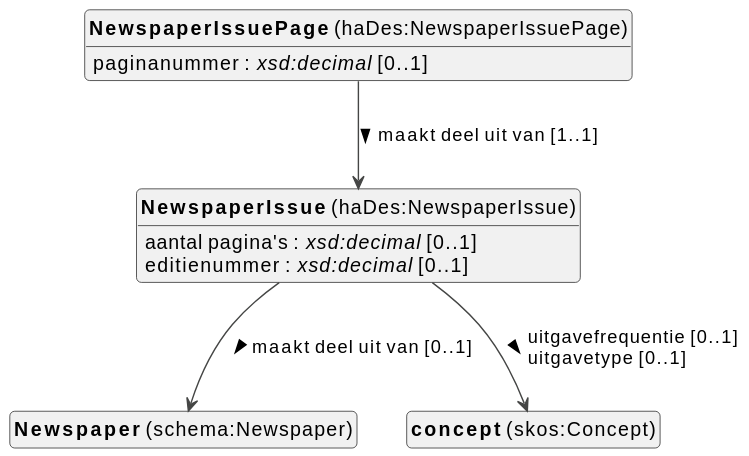
Above: docs/metadata/knowledge-graph/0.0.1/bibliographic/nl/bibliographic-diagram.svg in viaacode/documentation-jekyll (PlantUML), before the change. The source it was exported from:
```plantuml
@startuml
!theme vibrant
skinparam classFontSize 14
!define LIGHTORANGE
skinparam componentStyle uml2
skinparam wrapMessageWidth 1000
skinparam wrapWidth 1000
skinparam shadowing false
skinparam ArrowMessageAlignment left
top to bottom direction


class "<b>NewspaperIssue</b> (haDes:NewspaperIssue)" as haDes_NewspaperIssue [[#haDes%3ANewspaperIssue]]
class "<b>NewspaperIssuePage</b> (haDes:NewspaperIssuePage)" as haDes_NewspaperIssuePage [[#haDes%3ANewspaperIssuePage]]
class "<b>Newspaper</b> (schema:Newspaper)" as schema_Newspaper [[#schema%3ANewspaper]]
class "<b>concept</b> (skos:Concept)" as skos_Concept [[../../terms/nl#skos%3AConcept]]


haDes_NewspaperIssue : aantal pagina's : <i>xsd:decimal</i> [0..1]
haDes_NewspaperIssue : editienummer : <i>xsd:decimal</i> [0..1]
haDes_NewspaperIssue --> schema_Newspaper :maakt deel uit van [0..1]  >
haDes_NewspaperIssue --> skos_Concept :uitgavefrequentie [0..1]  \luitgavetype [0..1]  >



haDes_NewspaperIssuePage : paginanummer : <i>xsd:decimal</i> [0..1]
haDes_NewspaperIssuePage --> haDes_NewspaperIssue :maakt deel uit van [1..1]  >







hide circle
hide methods
hide empty members
@enduml
```
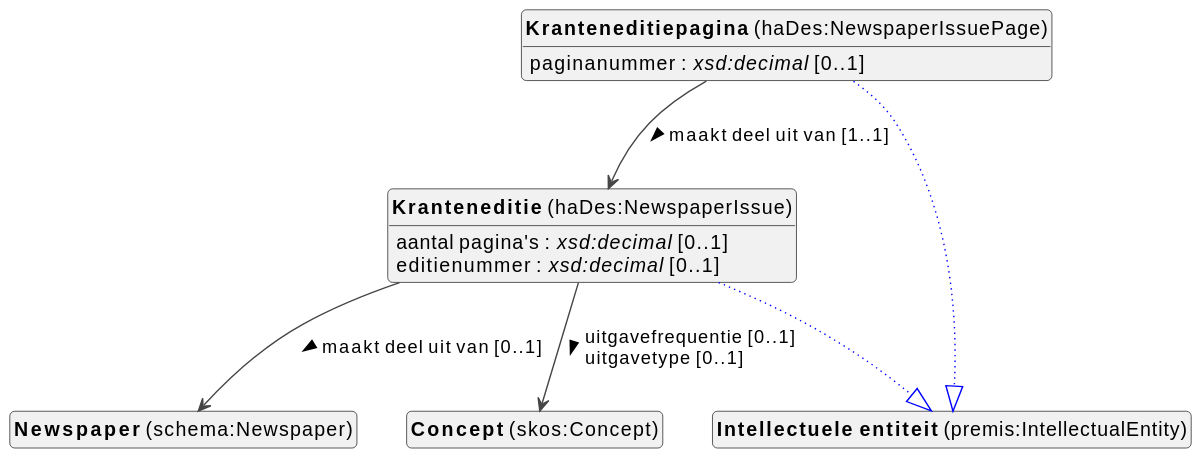
After the commit.

Diff of the diagram source:
```diff
@@ -10,11 +10,18 @@
 top to bottom direction
 
 
-class "<b>NewspaperIssue</b> (haDes:NewspaperIssue)" as haDes_NewspaperIssue [[#haDes%3ANewspaperIssue]]
-class "<b>NewspaperIssuePage</b> (haDes:NewspaperIssuePage)" as haDes_NewspaperIssuePage [[#haDes%3ANewspaperIssuePage]]
 class "<b>Newspaper</b> (schema:Newspaper)" as schema_Newspaper [[#schema%3ANewspaper]]
-class "<b>concept</b> (skos:Concept)" as skos_Concept [[../../terms/nl#skos%3AConcept]]
+class "<b>Concept</b> (skos:Concept)" as skos_Concept [[../../terms/nl#skos%3AConcept]]
+class "<b>Kranteneditie</b> (haDes:NewspaperIssue)" as haDes_NewspaperIssue [[#haDes%3ANewspaperIssue]]
+class "<b>Intellectuele entiteit</b> (premis:IntellectualEntity)" as premis_IntellectualEntity [[#premis%3AIntellectualEntity]]
+class "<b>Kranteneditiepagina</b> (haDes:NewspaperIssuePage)" as haDes_NewspaperIssuePage [[#haDes%3ANewspaperIssuePage]]
+class "<b>Intellectuele entiteit</b> (premis:IntellectualEntity)" as premis_IntellectualEntity [[#premis%3AIntellectualEntity]]
 
+
+
+
+
+haDes_NewspaperIssue --|> premis_IntellectualEntity #blue;line.dotted;text:blue
 
 haDes_NewspaperIssue : aantal pagina's : <i>xsd:decimal</i> [0..1]
 haDes_NewspaperIssue : editienummer : <i>xsd:decimal</i> [0..1]
@@ -22,13 +29,10 @@
 haDes_NewspaperIssue --> skos_Concept :uitgavefrequentie [0..1]  \luitgavetype [0..1]  >
 
 
+haDes_NewspaperIssuePage --|> premis_IntellectualEntity #blue;line.dotted;text:blue
 
 haDes_NewspaperIssuePage : paginanummer : <i>xsd:decimal</i> [0..1]
 haDes_NewspaperIssuePage --> haDes_NewspaperIssue :maakt deel uit van [1..1]  >
-
-
-
-
 
 
 
```
